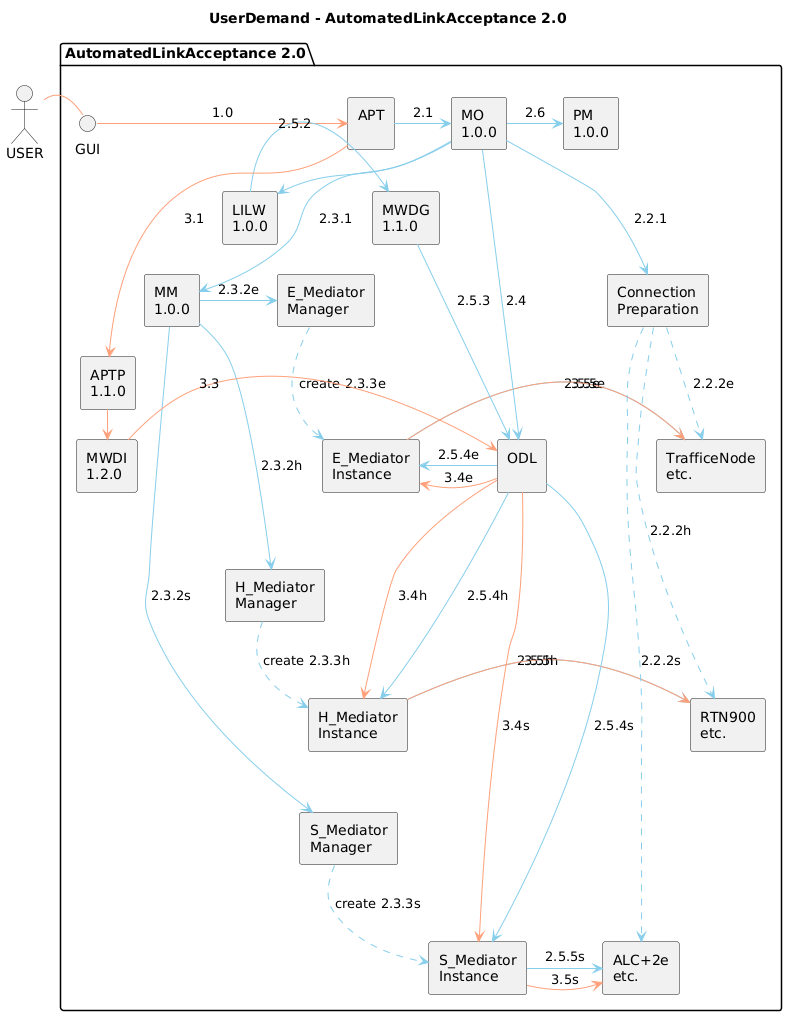
openBackhaul/_AutomatedLinkAcceptance keeps this PlantUML diagram as diagrams/AutomatedLinkAcceptanceFlow.png. Above is the earlier version. Source of this version:
```plantuml
@startuml
skinparam componentStyle rectangle

title
UserDemand - AutomatedLinkAcceptance 2.0
end title

actor USER as USER

package "AutomatedLinkAcceptance 2.0" {
  interface GUI as GUI
  USER -[hidden] GUI
  component [APT\n] as APT
  GUI -[hidden] APT
  component [MO\n1.0.0] as MO
  APT -[hidden] MO
  component [Connection\nPreparation] as ConnectionPreparation
  MO -[hidden] ConnectionPreparation

  component [MM\n1.0.0] as MM
  MO -[hidden]- MM
  component [E_Mediator\nManager] as E_MediatorManager
  MO -[hidden] E_MediatorManager
  component [E_Mediator\nInstance] as E_MediatorInstance
  E_MediatorManager -[hidden]- E_MediatorInstance
  component [TrafficeNode\netc.] as E_Device
  E_MediatorInstance -[hidden] E_Device
  component [H_Mediator\nManager] as H_MediatorManager
  E_MediatorInstance -[hidden]- H_MediatorManager
  component [H_Mediator\nInstance] as H_MediatorInstance
  E_MediatorInstance -[hidden]- H_MediatorInstance
  H_MediatorManager -[hidden]- H_MediatorInstance
  component [RTN900\netc.] as H_Device
  H_MediatorInstance -[hidden] H_Device
  E_Device -[hidden]- H_Device
  component [S_Mediator\nManager] as S_MediatorManager
  H_MediatorInstance -[hidden]- S_MediatorManager
  component [S_Mediator\nInstance] as S_MediatorInstance
  H_MediatorInstance -[hidden]- S_MediatorInstance
  S_MediatorManager -[hidden]- S_MediatorInstance
  component [ALC+2e\netc.] as S_Device
  S_MediatorInstance -[hidden] S_Device
  H_Device -[hidden]- S_Device

  component [LILW\n1.0.0] as LILW
  component [PM\n1.0.0] as PM
  component [MWDG\n1.1.0] as MWDG

  component [APTP\n1.1.0] as APTP
  component [MWDI\n1.2.0] as MWDI
  component [ODL\n] as ODL

  USER - GUI #LightSalmon
  GUI -> APT #LightSalmon : 1.0

  APT -> MO #SkyBlue : 2.1

  MO -> ConnectionPreparation #SkyBlue : 2.2.1
  ConnectionPreparation ..> E_Device #SkyBlue : 2.2.2e
  ConnectionPreparation ..> H_Device #SkyBlue : 2.2.2h
  ConnectionPreparation ..> S_Device #SkyBlue : 2.2.2s

  MO -> MM #SkyBlue : 2.3.1
  MM -> E_MediatorManager #SkyBlue : 2.3.2e
  E_MediatorManager ..> E_MediatorInstance #SkyBlue : create 2.3.3e
  MM -> H_MediatorManager #SkyBlue : 2.3.2h
  H_MediatorManager ..> H_MediatorInstance #SkyBlue : create 2.3.3h
  MM -> S_MediatorManager #SkyBlue : 2.3.2s
  S_MediatorManager ..> S_MediatorInstance #SkyBlue : create 2.3.3s

  MO -> ODL #SkyBlue : 2.4

  MO -> LILW #SkyBlue : 2.5.1
  LILW -> MWDG #SkyBlue : 2.5.2
  MWDG -> ODL #SkyBlue : 2.5.3

  MO -> PM #SkyBlue : 2.6

  ODL -> E_MediatorInstance #SkyBlue : 2.5.4e
  ODL -> H_MediatorInstance #SkyBlue : 2.5.4h
  ODL -> S_MediatorInstance #SkyBlue : 2.5.4s
  E_MediatorInstance -> E_Device #SkyBlue : 2.5.5e
  H_MediatorInstance -> H_Device #SkyBlue : 2.5.5h
  S_MediatorInstance -> S_Device #SkyBlue : 2.5.5s


  APT --> APTP #LightSalmon : 3.1
  APTP -> MWDI #LightSalmon : 3.2
  MWDI -> ODL #LightSalmon : 3.3
  ODL -> E_MediatorInstance #LightSalmon : 3.4e
  ODL -> H_MediatorInstance #LightSalmon : 3.4h
  ODL -> S_MediatorInstance #LightSalmon : 3.4s
  E_MediatorInstance -> E_Device #LightSalmon : 3.5e
  H_MediatorInstance -> H_Device #LightSalmon : 3.5h
  S_MediatorInstance -> S_Device #LightSalmon : 3.5s

}
@enduml
```
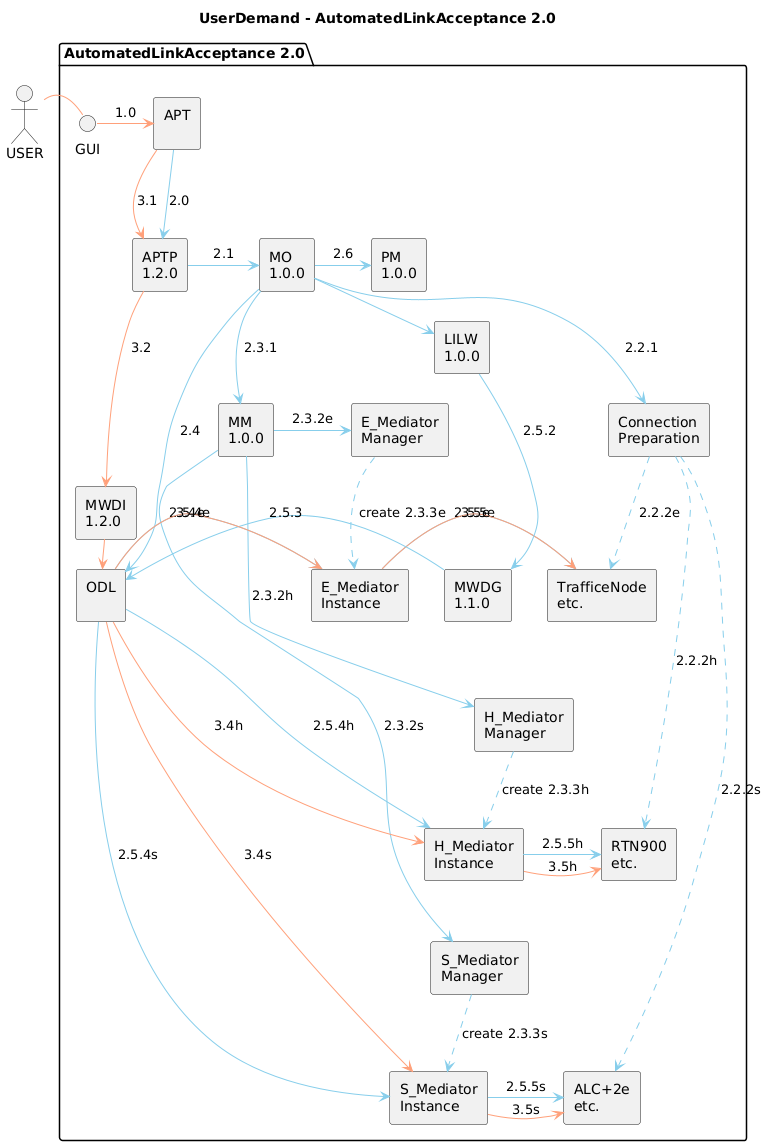
Above is the later version.

Diff of the diagram source:
```diff
@@ -46,14 +46,15 @@
   component [PM\n1.0.0] as PM
   component [MWDG\n1.1.0] as MWDG
 
-  component [APTP\n1.1.0] as APTP
+  component [APTP\n1.2.0] as APTP
   component [MWDI\n1.2.0] as MWDI
   component [ODL\n] as ODL
 
   USER - GUI #LightSalmon
   GUI -> APT #LightSalmon : 1.0
 
-  APT -> MO #SkyBlue : 2.1
+  APT -> APTP #SkyBlue : 2.0
+  APTP -> MO #SkyBlue : 2.1
 
   MO -> ConnectionPreparation #SkyBlue : 2.2.1
   ConnectionPreparation ..> E_Device #SkyBlue : 2.2.2e
```
